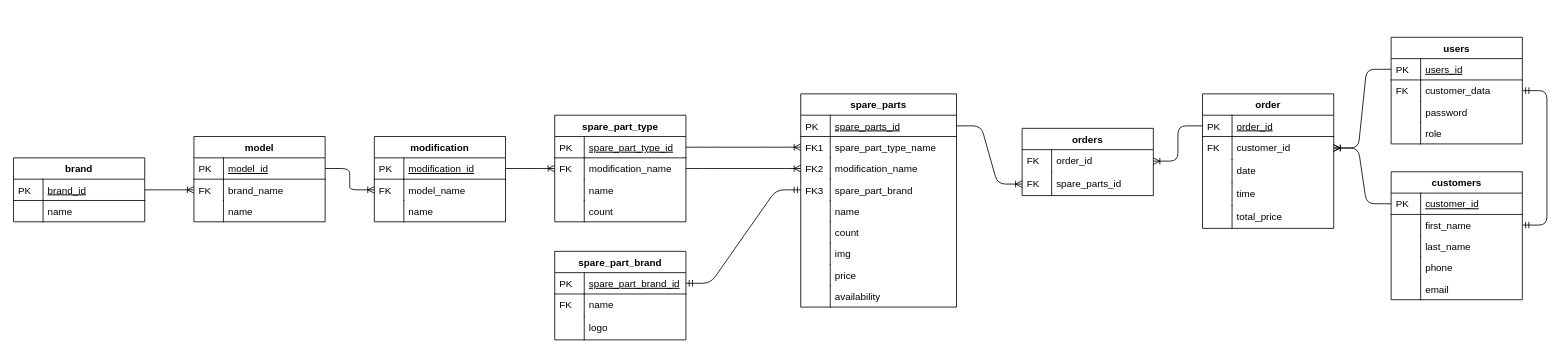
Before: Web/RGR/ER_diagram.drawio in MARSHAL327/University_3_kurs_2_semestr, a draw.io diagram. Source tidied: cells renumbered, new cells numbered last; positions are measured from the earlier drawing's top-left corner, leaving out a move shared by most shapes. Both pictures are drawn from the tidied source at 82%, with x=0, y=0 at pixel (13, 37).
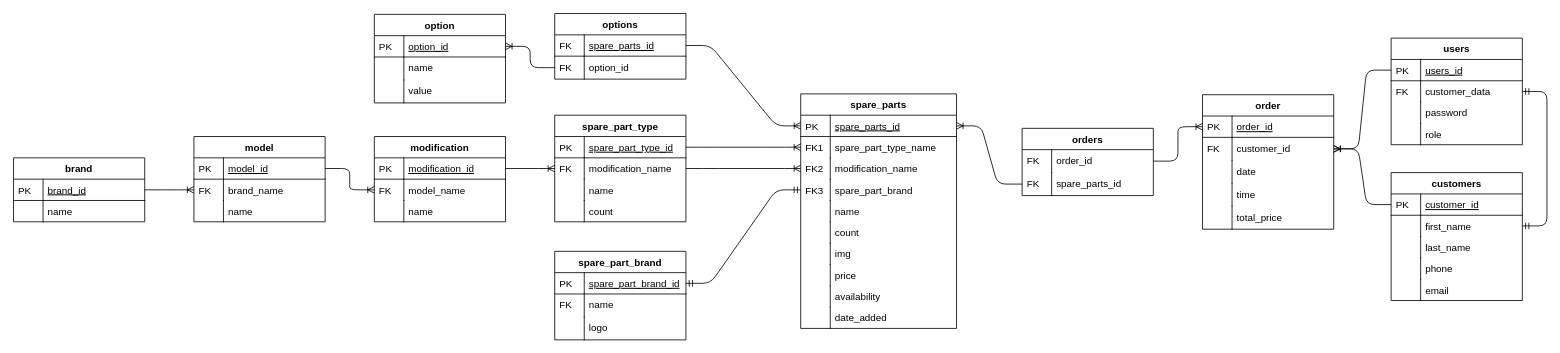
After the change.

Unchanged cells that the change refers to:
```xml
<mxCell id="14" value="modification_id" style="shape=partialRectangle;top=0;left=0;right=0;bottom=1;align=left;verticalAlign=top;fillColor=none;spacingLeft=40;spacingRight=4;overflow=hidden;points=[[0,0.5],[1,0.5]];portConstraint=eastwest;rounded=0;shadow=0;strokeWidth=1;fontStyle=4;" parent="13" vertex="1">
  <mxGeometry y="26" width="160" height="26" as="geometry" />
</mxCell>
<mxCell id="29" value="modification_name" style="shape=partialRectangle;top=0;left=0;right=0;bottom=0;align=left;verticalAlign=top;fillColor=none;spacingLeft=40;spacingRight=4;overflow=hidden;points=[[0,0.5],[1,0.5]];portConstraint=eastwest;rounded=0;shadow=0;strokeWidth=1;" parent="26" vertex="1">
  <mxGeometry y="52" width="160" height="26" as="geometry" />
</mxCell>
<mxCell id="36" value="spare_part_brand_id" style="shape=partialRectangle;top=0;left=0;right=0;bottom=1;align=left;verticalAlign=top;fillColor=none;spacingLeft=40;spacingRight=4;overflow=hidden;points=[[0,0.5],[1,0.5]];portConstraint=eastwest;rounded=0;shadow=0;strokeWidth=1;fontStyle=4;" parent="35" vertex="1">
  <mxGeometry y="26" width="160" height="26" as="geometry" />
</mxCell>
<mxCell id="44" value="spare_parts_id" style="shape=partialRectangle;top=0;left=0;right=0;bottom=1;align=left;verticalAlign=top;fillColor=none;spacingLeft=40;spacingRight=4;overflow=hidden;points=[[0,0.5],[1,0.5]];portConstraint=eastwest;rounded=0;shadow=0;strokeWidth=1;fontStyle=4;" parent="43" vertex="1">
  <mxGeometry y="26" width="190" height="26" as="geometry" />
</mxCell>
<mxCell id="50" value="spare_part_brand" style="shape=partialRectangle;top=0;left=0;right=0;bottom=0;align=left;verticalAlign=top;fillColor=none;spacingLeft=40;spacingRight=4;overflow=hidden;points=[[0,0.5],[1,0.5]];portConstraint=eastwest;rounded=0;shadow=0;strokeWidth=1;fontStyle=0;" parent="43" vertex="1">
  <mxGeometry y="104" width="190" height="26" as="geometry" />
</mxCell>
<mxCell id="64" value="order_id" style="shape=partialRectangle;top=0;left=0;right=0;bottom=0;align=left;verticalAlign=top;fillColor=none;spacingLeft=40;spacingRight=4;overflow=hidden;points=[[0,0.5],[1,0.5]];portConstraint=eastwest;rounded=0;shadow=0;strokeWidth=1;" parent="63" vertex="1">
  <mxGeometry y="26" width="160" height="28" as="geometry" />
</mxCell>
<mxCell id="66" value="spare_parts_id" style="shape=partialRectangle;top=0;left=0;right=0;bottom=0;align=left;verticalAlign=top;fillColor=none;spacingLeft=40;spacingRight=4;overflow=hidden;points=[[0,0.5],[1,0.5]];portConstraint=eastwest;rounded=0;shadow=0;strokeWidth=1;" parent="63" vertex="1">
  <mxGeometry y="54" width="160" height="28" as="geometry" />
</mxCell>
<mxCell id="73" value="order_id" style="shape=partialRectangle;top=0;left=0;right=0;bottom=1;align=left;verticalAlign=top;fillColor=none;spacingLeft=40;spacingRight=4;overflow=hidden;points=[[0,0.5],[1,0.5]];portConstraint=eastwest;rounded=0;shadow=0;strokeWidth=1;fontStyle=4;" parent="72" vertex="1">
  <mxGeometry y="26" width="160" height="26" as="geometry" />
</mxCell>
<mxCell id="75" value="customer_id" style="shape=partialRectangle;top=0;left=0;right=0;bottom=0;align=left;verticalAlign=top;fillColor=none;spacingLeft=40;spacingRight=4;overflow=hidden;points=[[0,0.5],[1,0.5]];portConstraint=eastwest;rounded=0;shadow=0;strokeWidth=1;" parent="72" vertex="1">
  <mxGeometry y="52" width="160" height="28" as="geometry" />
</mxCell>
<mxCell id="84" value="users_id" style="shape=partialRectangle;top=0;left=0;right=0;bottom=1;align=left;verticalAlign=top;fillColor=none;spacingLeft=40;spacingRight=4;overflow=hidden;points=[[0,0.5],[1,0.5]];portConstraint=eastwest;rounded=0;shadow=0;strokeWidth=1;fontStyle=4;" parent="83" vertex="1">
  <mxGeometry y="26" width="160" height="26" as="geometry" />
</mxCell>
<mxCell id="86" value="customer_data" style="shape=partialRectangle;top=0;left=0;right=0;bottom=0;align=left;verticalAlign=top;fillColor=none;spacingLeft=40;spacingRight=4;overflow=hidden;points=[[0,0.5],[1,0.5]];portConstraint=eastwest;rounded=0;shadow=0;strokeWidth=1;" parent="83" vertex="1">
  <mxGeometry y="52" width="160" height="26" as="geometry" />
</mxCell>
<mxCell id="93" value="customer_id" style="shape=partialRectangle;top=0;left=0;right=0;bottom=1;align=left;verticalAlign=top;fillColor=none;spacingLeft=40;spacingRight=4;overflow=hidden;points=[[0,0.5],[1,0.5]];portConstraint=eastwest;rounded=0;shadow=0;strokeWidth=1;fontStyle=4;" parent="92" vertex="1">
  <mxGeometry y="26" width="160" height="26" as="geometry" />
</mxCell>
<mxCell id="95" value="first_name" style="shape=partialRectangle;top=0;left=0;right=0;bottom=0;align=left;verticalAlign=top;fillColor=none;spacingLeft=40;spacingRight=4;overflow=hidden;points=[[0,0.5],[1,0.5]];portConstraint=eastwest;rounded=0;shadow=0;strokeWidth=1;" parent="92" vertex="1">
  <mxGeometry y="52" width="160" height="26" as="geometry" />
</mxCell>
```

What changed in the source:
```diff
@@
+    <mxCell id="20" style="edgeStyle=entityRelationEdgeStyle;fontSize=12;html=1;endArrow=ERoneToMany;" parent="1" edge="1" source="14" target="29">
+      <mxGeometry relative="1" as="geometry" />
+    </mxCell>
+    <mxCell id="42" style="edgeStyle=entityRelationEdgeStyle;fontSize=12;html=1;endArrow=ERmandOne;startArrow=ERmandOne;" parent="1" edge="1" source="36" target="50">
+      <mxGeometry relative="1" as="geometry" />
+    </mxCell>
+    <mxCell id="62" style="edgeStyle=entityRelationEdgeStyle;fontSize=12;html=1;endArrow=ERoneToMany;" parent="1" edge="1" source="84" target="75">
+      <mxGeometry relative="1" as="geometry" />
+    </mxCell>
+    <mxCell id="68" style="edgeStyle=entityRelationEdgeStyle;fontSize=12;html=1;endArrow=ERoneToMany;" parent="1" edge="1" source="64" target="73">
+      <mxGeometry relative="1" as="geometry" />
+    </mxCell>
+    <mxCell id="69" style="edgeStyle=entityRelationEdgeStyle;fontSize=12;html=1;endArrow=ERoneToMany;" parent="1" edge="1" source="66" target="44">
+      <mxGeometry relative="1" as="geometry" />
+    </mxCell>
+    <mxCell id="70" style="edgeStyle=entityRelationEdgeStyle;fontSize=12;html=1;endArrow=ERoneToMany;" parent="1" edge="1" source="93" target="75">
+      <mxGeometry relative="1" as="geometry" />
+    </mxCell>
+    <mxCell id="71" style="edgeStyle=entityRelationEdgeStyle;fontSize=12;html=1;endArrow=ERmandOne;startArrow=ERmandOne;" parent="1" edge="1" source="95" target="86">
+      <mxGeometry relative="1" as="geometry" />
+    </mxCell>
+    <mxCell id="103" style="edgeStyle=entityRelationEdgeStyle;fontSize=12;html=1;endArrow=ERoneToMany;" parent="1" edge="1" source="110" target="113">
+      <mxGeometry relative="1" as="geometry" />
+    </mxCell>
+    <mxCell id="104" style="edgeStyle=entityRelationEdgeStyle;fontSize=12;html=1;endArrow=ERoneToMany;" parent="1" edge="1" source="108" target="44">
+      <mxGeometry relative="1" as="geometry" />
+    </mxCell>
@@
-    <mxCell id="20" style="edgeStyle=entityRelationEdgeStyle;fontSize=12;html=1;endArrow=ERoneToMany;" parent="1" edge="1" source="14" target="29">
-      <mxGeometry relative="1" as="geometry" />
-    </mxCell>
@@
-    <mxCell id="42" style="edgeStyle=entityRelationEdgeStyle;fontSize=12;html=1;endArrow=ERmandOne;startArrow=ERmandOne;" parent="1" edge="1" source="36" target="50">
-      <mxGeometry relative="1" as="geometry" />
-    </mxCell>
     <mxCell id="43" value="spare_parts" style="swimlane;fontStyle=1;horizontal=1;startSize=26;rounded=0;shadow=0;strokeWidth=1;" parent="1" vertex="1">
-      <mxGeometry x="960" y="69" width="190" height="260" as="geometry" />
+      <mxGeometry x="960" y="69" width="190" height="286" as="geometry" />
     </mxCell>
@@
-    <mxCell id="62" style="edgeStyle=entityRelationEdgeStyle;fontSize=12;html=1;endArrow=ERoneToMany;" parent="1" edge="1" source="84" target="75">
-      <mxGeometry relative="1" as="geometry" />
-    </mxCell>
+    <mxCell id="105" value="date_added" style="shape=partialRectangle;top=0;left=0;right=0;bottom=0;align=left;verticalAlign=top;fillColor=none;spacingLeft=40;spacingRight=4;overflow=hidden;rounded=0;shadow=0;strokeWidth=1;fontStyle=0;" parent="43" vertex="1">
+      <mxGeometry y="260" width="190" height="26" as="geometry" />
+    </mxCell>
+    <mxCell id="106" style="shape=partialRectangle;top=0;left=0;bottom=0;fillColor=none;align=left;verticalAlign=top;spacingLeft=4;spacingRight=4;overflow=hidden;" parent="105" vertex="1">
+      <mxGeometry width="36" height="26" as="geometry" />
+    </mxCell>
@@
-    <mxCell id="68" style="edgeStyle=entityRelationEdgeStyle;fontSize=12;html=1;endArrow=ERoneToMany;" parent="1" edge="1" source="73" target="64">
-      <mxGeometry relative="1" as="geometry" />
-    </mxCell>
-    <mxCell id="69" style="edgeStyle=entityRelationEdgeStyle;fontSize=12;html=1;endArrow=ERoneToMany;" parent="1" edge="1" source="44" target="66">
-      <mxGeometry relative="1" as="geometry" />
-    </mxCell>
-    <mxCell id="70" style="edgeStyle=entityRelationEdgeStyle;fontSize=12;html=1;endArrow=ERoneToMany;" parent="1" edge="1" source="93" target="75">
-      <mxGeometry relative="1" as="geometry" />
-    </mxCell>
-    <mxCell id="71" style="edgeStyle=entityRelationEdgeStyle;fontSize=12;html=1;endArrow=ERmandOne;startArrow=ERmandOne;" parent="1" edge="1" source="95" target="86">
-      <mxGeometry relative="1" as="geometry" />
-    </mxCell>
     <mxCell id="72" value="order" style="swimlane;fontStyle=1;horizontal=1;startSize=26;rounded=0;shadow=0;strokeWidth=1;" parent="1" vertex="1">
-      <mxGeometry x="1450" y="69" width="160" height="164" as="geometry" />
+      <mxGeometry x="1450" y="70" width="160" height="164" as="geometry" />
     </mxCell>
@@
     <mxCell id="83" value="users" style="swimlane;fontStyle=1;horizontal=1;startSize=26;rounded=0;shadow=0;strokeWidth=1;" parent="1" vertex="1">
-      <mxGeometry x="1680" width="160" height="130" as="geometry" />
+      <mxGeometry x="1680" y="1" width="160" height="130" as="geometry" />
     </mxCell>
@@
     <mxCell id="92" value="customers" style="swimlane;fontStyle=1;horizontal=1;startSize=26;rounded=0;shadow=0;strokeWidth=1;" parent="1" vertex="1">
-      <mxGeometry x="1680" y="164" width="160" height="156" as="geometry" />
+      <mxGeometry x="1680" y="165" width="160" height="156" as="geometry" />
     </mxCell>
@@
+    <mxCell id="107" value="options" style="swimlane;fontStyle=1;horizontal=1;startSize=26;rounded=0;shadow=0;strokeWidth=1;" parent="1" vertex="1">
+      <mxGeometry x="660" y="-29" width="160" height="80" as="geometry" />
+    </mxCell>
+    <mxCell id="108" value="spare_parts_id" style="shape=partialRectangle;top=0;left=0;right=0;bottom=1;align=left;verticalAlign=top;fillColor=none;spacingLeft=40;spacingRight=4;overflow=hidden;points=[[0,0.5],[1,0.5]];portConstraint=eastwest;rounded=0;shadow=0;strokeWidth=1;fontStyle=4;" parent="107" vertex="1">
+      <mxGeometry y="26" width="160" height="26" as="geometry" />
+    </mxCell>
+    <mxCell id="109" value="FK" style="shape=partialRectangle;top=0;left=0;bottom=0;fillColor=none;align=left;verticalAlign=top;spacingLeft=4;spacingRight=4;overflow=hidden;" parent="108" vertex="1">
+      <mxGeometry width="36" height="26" as="geometry" />
+    </mxCell>
+    <mxCell id="110" value="option_id" style="shape=partialRectangle;top=0;left=0;right=0;bottom=0;align=left;verticalAlign=top;fillColor=none;spacingLeft=40;spacingRight=4;overflow=hidden;points=[[0,0.5],[1,0.5]];portConstraint=eastwest;rounded=0;shadow=0;strokeWidth=1;" parent="107" vertex="1">
+      <mxGeometry y="52" width="160" height="28" as="geometry" />
+    </mxCell>
+    <mxCell id="111" value="FK" style="shape=partialRectangle;top=0;left=0;bottom=0;fillColor=none;align=left;verticalAlign=top;spacingLeft=4;spacingRight=4;overflow=hidden;" parent="110" vertex="1">
+      <mxGeometry width="36" height="28" as="geometry" />
+    </mxCell>
+    <mxCell id="112" value="option" style="swimlane;fontStyle=1;horizontal=1;startSize=26;rounded=0;shadow=0;strokeWidth=1;" parent="1" vertex="1">
+      <mxGeometry x="440" y="-28" width="160" height="108" as="geometry" />
+    </mxCell>
+    <mxCell id="113" value="option_id" style="shape=partialRectangle;top=0;left=0;right=0;bottom=1;align=left;verticalAlign=top;fillColor=none;spacingLeft=40;spacingRight=4;overflow=hidden;points=[[0,0.5],[1,0.5]];portConstraint=eastwest;rounded=0;shadow=0;strokeWidth=1;fontStyle=4;" parent="112" vertex="1">
+      <mxGeometry y="26" width="160" height="26" as="geometry" />
+    </mxCell>
+    <mxCell id="114" value="PK" style="shape=partialRectangle;top=0;left=0;bottom=0;fillColor=none;align=left;verticalAlign=top;spacingLeft=4;spacingRight=4;overflow=hidden;" parent="113" vertex="1">
+      <mxGeometry width="36" height="26" as="geometry" />
+    </mxCell>
+    <mxCell id="115" value="name" style="shape=partialRectangle;top=0;left=0;right=0;bottom=0;align=left;verticalAlign=top;fillColor=none;spacingLeft=40;spacingRight=4;overflow=hidden;rounded=0;shadow=0;strokeWidth=1;" parent="112" vertex="1">
+      <mxGeometry y="52" width="160" height="28" as="geometry" />
+    </mxCell>
+    <mxCell id="116" style="shape=partialRectangle;top=0;left=0;bottom=0;fillColor=none;align=left;verticalAlign=top;spacingLeft=4;spacingRight=4;overflow=hidden;" parent="115" vertex="1">
+      <mxGeometry width="36" height="28" as="geometry" />
+    </mxCell>
+    <mxCell id="117" value="value" style="shape=partialRectangle;top=0;left=0;right=0;bottom=0;align=left;verticalAlign=top;fillColor=none;spacingLeft=40;spacingRight=4;overflow=hidden;rounded=0;shadow=0;strokeWidth=1;" parent="112" vertex="1">
+      <mxGeometry y="80" width="160" height="28" as="geometry" />
+    </mxCell>
+    <mxCell id="118" style="shape=partialRectangle;top=0;left=0;bottom=0;fillColor=none;align=left;verticalAlign=top;spacingLeft=4;spacingRight=4;overflow=hidden;" parent="117" vertex="1">
+      <mxGeometry width="36" height="28" as="geometry" />
+    </mxCell>
```
